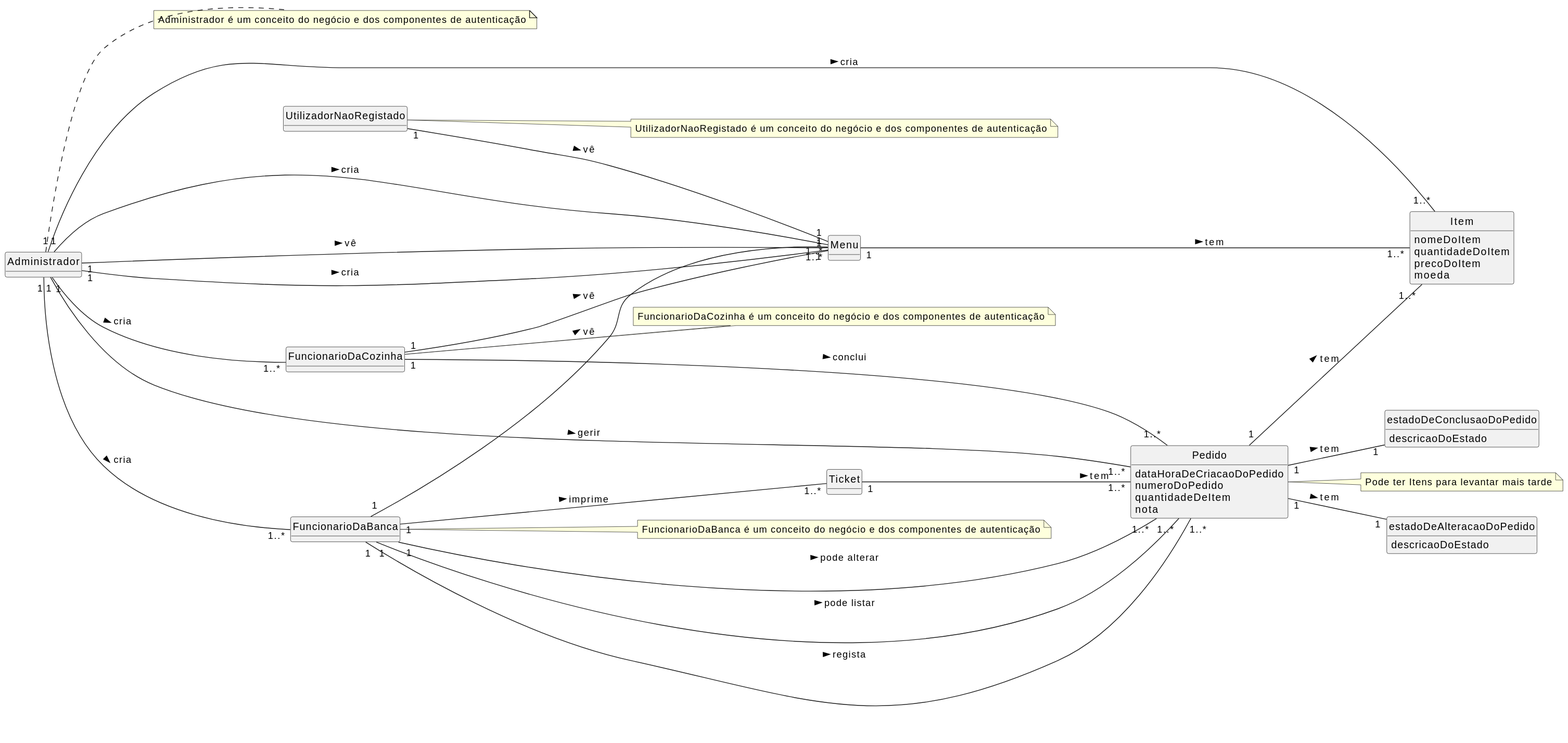
Before: projeto-mos-DM.svg, a diagram exported from PlantUML (joanasofia03/projeto-associacao-mosense).
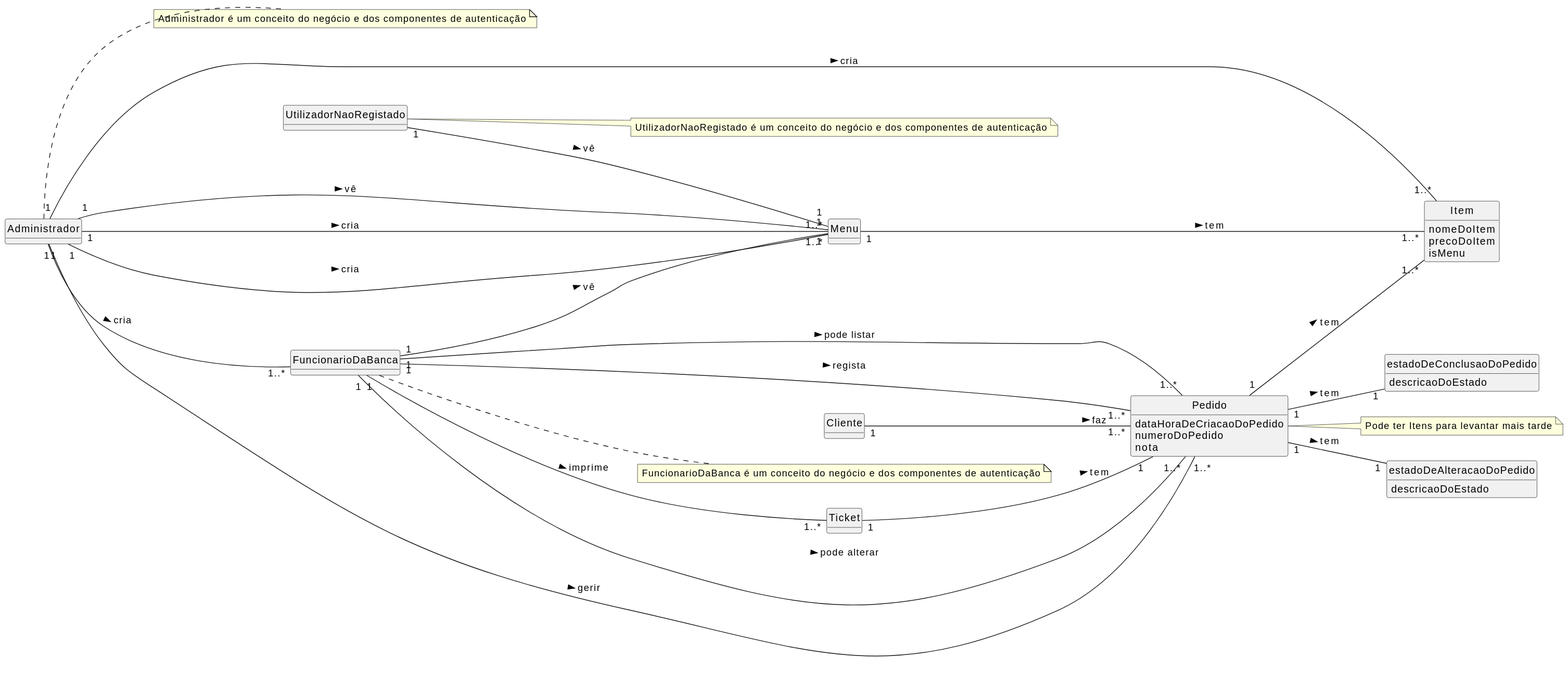
Later version of the same file.

Commit message:
- atualizacao da documentacao - remocao de um dos estados do pedido

What changed in the source:
```diff
@@ -10,9 +10,8 @@
 
 class Item {
 nomeDoItem
-quantidadeDoItem
 precoDoItem
-moeda
+isMenu
 }
 
 class Menu {
@@ -21,7 +20,6 @@
 class Pedido {
 dataHoraDeCriacaoDoPedido
 numeroDoPedido
-quantidadeDeItem
 nota
 }
 note right
@@ -41,11 +39,6 @@
 FuncionarioDaBanca é um conceito do negócio e dos componentes de autenticação
 end note
 
-class FuncionarioDaCozinha
-note right
-FuncionarioDaCozinha é um conceito do negócio e dos componentes de autenticação
-end note
-
 class UtilizadorNaoRegistado
 note right
 UtilizadorNaoRegistado é um conceito do negócio e dos componentes de autenticação
@@ -53,10 +46,11 @@
 
 class Ticket
 
+class Cliente
+
 Administrador "1" -- "1..*" Menu: cria >
 Administrador "1" -- "1..*" Pedido: gerir >
 Administrador "1" -- "1..*" FuncionarioDaBanca: cria >
-Administrador "1" -- "1..*" FuncionarioDaCozinha: cria >
 Administrador "1" -- "1..*" Item: cria >
 FuncionarioDaBanca "1" -- "1..*" Pedido: pode alterar >
 FuncionarioDaBanca "1" -- "1..*" Pedido: pode listar >
@@ -65,12 +59,11 @@
 UtilizadorNaoRegistado "1" -- "1" Menu: vê >
 Administrador "1" -- "1" Menu: vê >
 FuncionarioDaBanca "1" -- "1" Menu: vê >
-FuncionarioDaCozinha "1" -- "1" Menu: vê >
 Administrador "1" -- "1..*" Menu: cria >
 FuncionarioDaBanca "1" -- "1..*" Pedido: regista >
-FuncionarioDaCozinha "1" -- "1..*" Pedido: conclui >
 Pedido "1" -- "1" estadoDeAlteracaoDoPedido: tem >
 Pedido "1" -- "1" estadoDeConclusaoDoPedido: tem >
-Ticket "1" -- "1..*" Pedido: tem >
+Ticket "1" -- "1" Pedido: tem >
 FuncionarioDaBanca "1" -- "1..*" Ticket: imprime >
+Cliente "1" -- "1..*" Pedido: faz >
 @enduml
```
